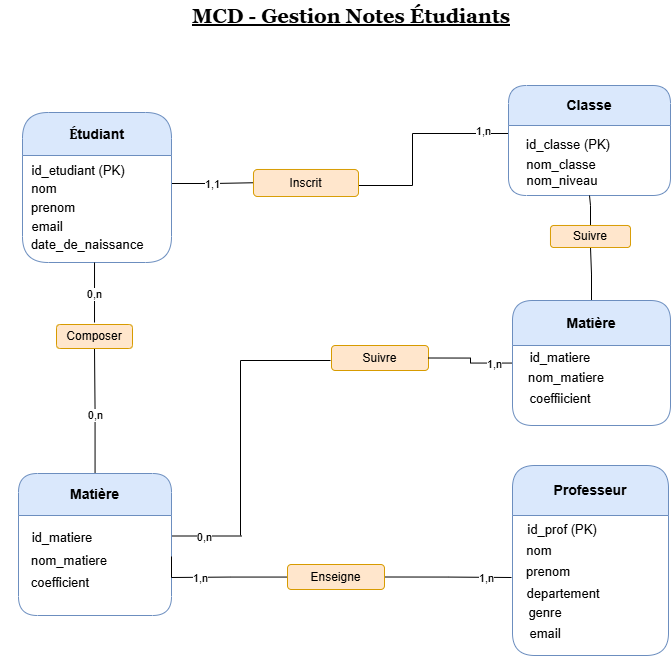
Before: images/MCD_Gestion_Notes.drawio.png, a diagram exported from draw.io (HamethDiouf/projet-gestion-notes). Source tidied: cells renumbered, new cells last; positions are measured from the earlier drawing's top-left corner, leaving out a move shared by most shapes.
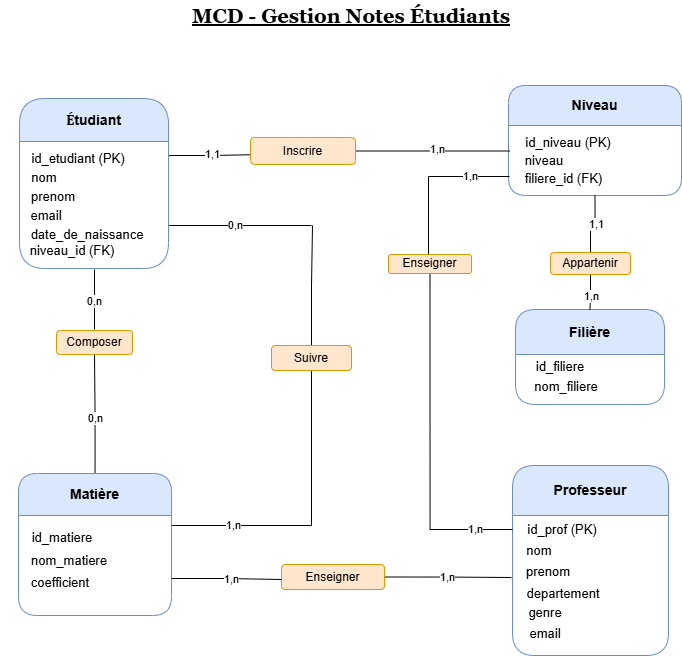
Above is the later version.

Change to the diagram source:
```diff
@@ -5,20 +5,8 @@
     <mxCell id="2" value="&lt;font style=&quot;font-size: 14px;&quot;&gt;Professeur&lt;/font&gt;" style="swimlane;whiteSpace=wrap;html=1;rounded=1;startSize=50;fillColor=#dae8fc;strokeColor=#6c8ebf;" parent="1" vertex="1">
       <mxGeometry x="512" y="465" width="156" height="190" as="geometry" />
     </mxCell>
-    <mxCell id="3" style="edgeStyle=orthogonalEdgeStyle;rounded=0;jettySize=auto;html=1;exitX=0;exitY=0.5;exitDx=0;exitDy=0;entryX=1;entryY=0.25;entryDx=0;entryDy=0;endArrow=none;endFill=0;" parent="1" edge="1" source="5" target="28">
-      <mxGeometry relative="1" as="geometry">
-        <Array as="points">
-          <mxPoint x="412" y="133" />
-          <mxPoint x="412" y="185" />
-          <mxPoint x="358" y="185" />
-        </Array>
-      </mxGeometry>
-    </mxCell>
-    <mxCell id="4" value="1,n" style="edgeLabel;html=1;align=center;verticalAlign=middle;" parent="3" vertex="1">
-      <mxGeometry x="-0.71" y="-3" relative="1" as="geometry" />
-    </mxCell>
-    <mxCell id="5" value="&lt;font style=&quot;font-size: 14px;&quot;&gt;Classe&lt;/font&gt;" style="swimlane;whiteSpace=wrap;html=1;rounded=1;startSize=40;fillColor=#dae8fc;strokeColor=#6c8ebf;" parent="1" vertex="1">
-      <mxGeometry x="508" y="85" width="162" height="110" as="geometry" />
+    <mxCell id="5" value="&lt;font style=&quot;font-size: 14px;&quot;&gt;Niveau&lt;/font&gt;" style="swimlane;whiteSpace=wrap;html=1;rounded=1;startSize=40;fillColor=#dae8fc;strokeColor=#6c8ebf;" parent="1" vertex="1">
+      <mxGeometry x="508" y="85" width="173" height="110" as="geometry" />
     </mxCell>
     <mxCell id="6" style="edgeStyle=orthogonalEdgeStyle;rounded=0;jettySize=auto;html=1;entryX=0.5;entryY=1;entryDx=0;entryDy=0;endArrow=none;endFill=0;" parent="1" edge="1" source="10" target="34">
       <mxGeometry relative="1" as="geometry" />
@@ -28,51 +16,67 @@
         <mxPoint x="1" as="offset" />
       </mxGeometry>
     </mxCell>
-    <mxCell id="8" style="edgeStyle=orthogonalEdgeStyle;rounded=0;orthogonalLoop=1;jettySize=auto;html=1;endArrow=none;endFill=0;" parent="1" edge="1">
-      <mxGeometry relative="1" as="geometry">
-        <mxPoint x="171" y="535.5" as="sourcePoint" />
-        <mxPoint x="241" y="535.5" as="targetPoint" />
-      </mxGeometry>
-    </mxCell>
-    <mxCell id="9" value="0,n" style="edgeLabel;html=1;align=center;verticalAlign=middle;" parent="8" vertex="1">
-      <mxGeometry x="-0.09" y="-1" relative="1" as="geometry" />
-    </mxCell>
+    <mxCell id="52" style="edgeStyle=orthogonalEdgeStyle;rounded=0;orthogonalLoop=1;jettySize=auto;html=1;endArrow=none;endFill=0;" parent="1" edge="1">
+      <mxGeometry relative="1" as="geometry">
+        <mxPoint x="171" y="525" as="sourcePoint" />
+        <mxPoint x="311" y="370" as="targetPoint" />
+      </mxGeometry>
+    </mxCell>
+    <mxCell id="53" value="1,n" style="edgeLabel;html=1;align=center;verticalAlign=middle;" parent="52" vertex="1">
+      <mxGeometry x="-0.59" y="1" relative="1" as="geometry" />
+    </mxCell>
     <mxCell id="10" value="&lt;font style=&quot;font-size: 14px;&quot;&gt;Matière&lt;/font&gt;" style="swimlane;whiteSpace=wrap;html=1;rounded=1;glass=0;startSize=42;fillColor=#dae8fc;strokeColor=#6c8ebf;" parent="1" vertex="1">
       <mxGeometry x="18" y="473" width="153" height="142" as="geometry" />
     </mxCell>
     <mxCell id="11" style="edgeStyle=orthogonalEdgeStyle;rounded=0;orthogonalLoop=1;jettySize=auto;html=1;exitX=1;exitY=0.5;exitDx=0;exitDy=0;entryX=0;entryY=0.75;entryDx=0;entryDy=0;endArrow=none;endFill=0;" parent="1" edge="1">
       <mxGeometry relative="1" as="geometry">
-        <mxPoint x="171" y="183" as="sourcePoint" />
-        <mxPoint x="253" y="182.2" as="targetPoint" />
+        <mxPoint x="168" y="155" as="sourcePoint" />
+        <mxPoint x="250" y="154.2" as="targetPoint" />
       </mxGeometry>
     </mxCell>
-    <mxCell id="12" value="1,1" style="edgeLabel;html=1;align=center;verticalAlign=middle;" parent="11" vertex="1">
-      <mxGeometry x="-0.03" relative="1" as="geometry" />
-    </mxCell>
+    <mxCell id="54" value="1,1" style="edgeLabel;html=1;align=center;verticalAlign=middle;" parent="11" vertex="1">
+      <mxGeometry x="0.08" y="1" relative="1" as="geometry" />
+    </mxCell>
+    <mxCell id="55" style="edgeStyle=orthogonalEdgeStyle;rounded=0;orthogonalLoop=1;jettySize=auto;html=1;endArrow=none;endFill=0;" parent="1" edge="1">
+      <mxGeometry relative="1" as="geometry">
+        <mxPoint x="168" y="225" as="sourcePoint" />
+        <mxPoint x="311" y="225" as="targetPoint" />
+      </mxGeometry>
+    </mxCell>
+    <mxCell id="9" value="0,n" style="edgeLabel;html=1;align=center;verticalAlign=middle;" parent="55" vertex="1">
+      <mxGeometry x="-0.08" y="1" relative="1" as="geometry">
+        <mxPoint x="1" as="offset" />
+      </mxGeometry>
+    </mxCell>
     <mxCell id="13" value="&lt;font style=&quot;font-size: 14px;&quot;&gt;&lt;span style=&quot;background-color: transparent; color: light-dark(rgb(0, 0, 0), rgb(255, 255, 255));&quot;&gt;&lt;span style=&quot;font-family: Cambria;&quot;&gt;É&lt;/span&gt;&lt;/span&gt;&lt;span style=&quot;background-color: transparent; color: light-dark(rgb(0, 0, 0), rgb(255, 255, 255));&quot;&gt;tudiant&lt;/span&gt;&lt;br&gt;&lt;/font&gt;" style="swimlane;whiteSpace=wrap;html=1;startSize=43;rounded=1;arcSize=20;fillColor=#dae8fc;strokeColor=#6c8ebf;" parent="1" vertex="1">
-      <mxGeometry x="22" y="112" width="149" height="150" as="geometry" />
+      <mxGeometry x="19" y="98" width="149" height="170" as="geometry" />
     </mxCell>
     <mxCell id="14" value="&lt;font style=&quot;font-size: 13px;&quot;&gt;id_etudiant (PK)&lt;/font&gt;" style="text;html=1;whiteSpace=wrap;strokeColor=none;fillColor=none;align=center;verticalAlign=middle;rounded=0;" parent="1" vertex="1">
-      <mxGeometry x="28" y="155" width="100" height="30" as="geometry" />
+      <mxGeometry x="28" y="143" width="100" height="30" as="geometry" />
     </mxCell>
     <mxCell id="15" value="&lt;font style=&quot;font-size: 13px;&quot;&gt;nom&lt;/font&gt;" style="text;html=1;whiteSpace=wrap;strokeColor=none;fillColor=none;align=center;verticalAlign=middle;rounded=0;" parent="1" vertex="1">
-      <mxGeometry x="14" y="172" width="60" height="32" as="geometry" />
+      <mxGeometry x="14" y="161" width="60" height="32" as="geometry" />
     </mxCell>
     <mxCell id="16" value="&lt;font style=&quot;font-size: 13px;&quot;&gt;prenom&lt;/font&gt;" style="text;html=1;whiteSpace=wrap;strokeColor=none;fillColor=none;align=center;verticalAlign=middle;rounded=0;" parent="1" vertex="1">
-      <mxGeometry x="23" y="192" width="60" height="30" as="geometry" />
+      <mxGeometry x="23" y="181" width="60" height="30" as="geometry" />
     </mxCell>
     <mxCell id="17" value="&lt;font style=&quot;font-size: 13px;&quot;&gt;email&lt;/font&gt;" style="text;html=1;whiteSpace=wrap;strokeColor=none;fillColor=none;align=center;verticalAlign=middle;rounded=0;" parent="1" vertex="1">
-      <mxGeometry x="17" y="211" width="60" height="30" as="geometry" />
+      <mxGeometry x="16" y="200" width="60" height="30" as="geometry" />
     </mxCell>
     <mxCell id="18" value="&lt;font style=&quot;font-size: 13px;&quot;&gt;date_de_naissance&lt;/font&gt;" style="text;html=1;whiteSpace=wrap;strokeColor=none;fillColor=none;align=center;verticalAlign=middle;rounded=0;" parent="1" vertex="1">
-      <mxGeometry x="57" y="229" width="60" height="30" as="geometry" />
+      <mxGeometry x="57" y="219" width="60" height="30" as="geometry" />
     </mxCell>
-    <mxCell id="19" value="&lt;font style=&quot;font-size: 13px;&quot;&gt;id_classe (PK)&lt;/font&gt;" style="text;html=1;whiteSpace=wrap;strokeColor=none;fillColor=none;align=center;verticalAlign=middle;rounded=0;" parent="1" vertex="1">
-      <mxGeometry x="523" y="129" width="90" height="30" as="geometry" />
+    <mxCell id="19" value="&lt;font style=&quot;font-size: 13px;&quot;&gt;id_niveau (PK)&lt;/font&gt;" style="text;html=1;whiteSpace=wrap;strokeColor=none;fillColor=none;align=center;verticalAlign=middle;rounded=0;" parent="1" vertex="1">
+      <mxGeometry x="523" y="127" width="90" height="30" as="geometry" />
     </mxCell>
-    <mxCell id="20" value="&lt;font style=&quot;font-size: 13px;&quot;&gt;nom_classe&lt;/font&gt;" style="text;html=1;whiteSpace=wrap;strokeColor=none;fillColor=none;align=center;verticalAlign=middle;rounded=0;" parent="1" vertex="1">
-      <mxGeometry x="531" y="149" width="60" height="30" as="geometry" />
-    </mxCell>
+    <mxCell id="56" style="edgeStyle=orthogonalEdgeStyle;rounded=0;jettySize=auto;html=1;endArrow=none;endFill=0;entryX=0.5;entryY=1;entryDx=0;entryDy=0;" parent="1" edge="1" target="70">
+      <mxGeometry relative="1" as="geometry">
+        <mxPoint x="512" y="529" as="sourcePoint" />
+      </mxGeometry>
+    </mxCell>
+    <mxCell id="57" value="1,n" style="edgeLabel;html=1;align=center;verticalAlign=middle;" parent="56" vertex="1">
+      <mxGeometry x="-0.78" y="-1" relative="1" as="geometry" />
+    </mxCell>
     <mxCell id="21" value="&lt;font style=&quot;font-size: 13px;&quot;&gt;id_prof (PK)&lt;/font&gt;" style="text;html=1;whiteSpace=wrap;strokeColor=none;fillColor=none;align=center;verticalAlign=middle;rounded=0;" parent="1" vertex="1">
       <mxGeometry x="500" y="514" width="124" height="30" as="geometry" />
     </mxCell>
@@ -94,17 +98,25 @@
     <mxCell id="27" value="&lt;span style=&quot;font-size: 13px;&quot;&gt;coefficient&lt;/span&gt;" style="text;html=1;whiteSpace=wrap;strokeColor=none;fillColor=none;align=center;verticalAlign=middle;rounded=0;" parent="1" vertex="1">
       <mxGeometry y="567" width="120" height="30" as="geometry" />
     </mxCell>
+    <mxCell id="58" style="edgeStyle=orthogonalEdgeStyle;rounded=0;orthogonalLoop=1;jettySize=auto;html=1;endArrow=none;endFill=0;" parent="1" edge="1">
+      <mxGeometry relative="1" as="geometry">
+        <mxPoint x="353" y="150.5" as="sourcePoint" />
+        <mxPoint x="509" y="150.5" as="targetPoint" />
+      </mxGeometry>
+    </mxCell>
+    <mxCell id="59" value="1,n" style="edgeLabel;html=1;align=center;verticalAlign=middle;" parent="58" vertex="1">
+      <mxGeometry x="0.07" y="2" relative="1" as="geometry" />
+    </mxCell>
-    <mxCell id="28" value="&lt;font&gt;Inscrit&lt;/font&gt;" style="rounded=1;whiteSpace=wrap;html=1;fillColor=#ffe6cc;strokeColor=#d79b00;" parent="1" vertex="1">
-      <mxGeometry x="253" y="169" width="105" height="27" as="geometry" />
+    <mxCell id="28" value="&lt;font&gt;Inscrire&lt;/font&gt;" style="rounded=1;whiteSpace=wrap;html=1;fillColor=#ffe6cc;strokeColor=#d79b00;" parent="1" vertex="1">
+      <mxGeometry x="250" y="137" width="105" height="27" as="geometry" />
     </mxCell>
-    <mxCell id="29" style="edgeStyle=orthogonalEdgeStyle;rounded=0;orthogonalLoop=1;jettySize=auto;html=1;endArrow=none;endFill=0;" parent="1" edge="1">
-      <mxGeometry relative="1" as="geometry">
-        <mxPoint x="330" y="360" as="sourcePoint" />
-        <mxPoint x="240" y="535" as="targetPoint" />
-      </mxGeometry>
-    </mxCell>
+    <mxCell id="60" style="edgeStyle=orthogonalEdgeStyle;rounded=0;jettySize=auto;html=1;endArrow=none;endFill=0;" parent="1" edge="1" source="30">
+      <mxGeometry relative="1" as="geometry">
+        <mxPoint x="312" y="225" as="targetPoint" />
+      </mxGeometry>
+    </mxCell>
     <mxCell id="30" value="&lt;font&gt;Suivre&lt;/font&gt;" style="rounded=1;whiteSpace=wrap;html=1;fillColor=#ffe6cc;strokeColor=#d79b00;" parent="1" vertex="1">
-      <mxGeometry x="331" y="345" width="97" height="25" as="geometry" />
+      <mxGeometry x="271" y="345" width="80" height="25" as="geometry" />
     </mxCell>
     <mxCell id="31" value="&lt;b&gt;&lt;font style=&quot;font-size: 20px;&quot; face=&quot;Georgia&quot;&gt;&lt;u style=&quot;&quot;&gt;MCD - Gestion Notes&amp;nbsp;Étudiants&lt;/u&gt;&lt;/font&gt;&lt;/b&gt;" style="text;html=1;whiteSpace=wrap;strokeColor=none;fillColor=none;align=center;verticalAlign=middle;rounded=0;" parent="1" vertex="1">
       <mxGeometry x="141" width="420" height="30" as="geometry" />
@@ -116,66 +128,85 @@
       <mxGeometry x="515" y="618" width="60" height="30" as="geometry" />
     </mxCell>
     <mxCell id="34" value="&lt;font&gt;Composer&lt;/font&gt;" style="rounded=1;whiteSpace=wrap;html=1;fillColor=#ffe6cc;strokeColor=#d79b00;" parent="1" vertex="1">
-      <mxGeometry x="56" y="324" width="76" height="24" as="geometry" />
+      <mxGeometry x="56" y="330" width="76" height="24" as="geometry" />
     </mxCell>
     <mxCell id="35" style="edgeStyle=orthogonalEdgeStyle;rounded=0;orthogonalLoop=1;jettySize=auto;html=1;entryX=0.617;entryY=0.767;entryDx=0;entryDy=0;entryPerimeter=0;endArrow=none;endFill=0;" parent="1" edge="1">
       <mxGeometry relative="1" as="geometry">
-        <mxPoint x="94" y="322" as="sourcePoint" />
-        <mxPoint x="94" y="262" as="targetPoint" />
+        <mxPoint x="94" y="329" as="sourcePoint" />
+        <mxPoint x="94" y="269" as="targetPoint" />
       </mxGeometry>
     </mxCell>
     <mxCell id="36" value="0,n" style="edgeLabel;html=1;align=center;verticalAlign=middle;" parent="35" vertex="1">
       <mxGeometry x="-0.04" y="1" relative="1" as="geometry" />
     </mxCell>
-    <mxCell id="37" style="edgeStyle=orthogonalEdgeStyle;rounded=0;jettySize=auto;html=1;entryX=0.5;entryY=1;entryDx=0;entryDy=0;endArrow=none;endFill=0;" parent="1" edge="1" source="40" target="45">
-      <mxGeometry relative="1" as="geometry" />
-    </mxCell>
-    <mxCell id="38" style="edgeStyle=orthogonalEdgeStyle;rounded=0;jettySize=auto;html=1;entryX=1;entryY=0.5;entryDx=0;entryDy=0;endArrow=none;endFill=0;" parent="1" edge="1" source="40" target="30">
-      <mxGeometry relative="1" as="geometry" />
-    </mxCell>
-    <mxCell id="39" value="1,n" style="edgeLabel;html=1;align=center;verticalAlign=middle;" parent="38" vertex="1">
-      <mxGeometry x="-0.57" y="1" relative="1" as="geometry" />
-    </mxCell>
-    <mxCell id="40" value="&lt;font style=&quot;font-size: 14px;&quot;&gt;Matière&lt;/font&gt;" style="swimlane;whiteSpace=wrap;html=1;rounded=1;glass=0;startSize=45;fillColor=#dae8fc;strokeColor=#6c8ebf;" parent="1" vertex="1">
-      <mxGeometry x="512" y="300" width="158" height="125" as="geometry" />
+    <mxCell id="40" value="&lt;font style=&quot;font-size: 14px;&quot;&gt;Filière&lt;/font&gt;" style="swimlane;whiteSpace=wrap;html=1;rounded=1;glass=0;startSize=45;fillColor=#dae8fc;strokeColor=#6c8ebf;" parent="1" vertex="1">
+      <mxGeometry x="515" y="309" width="149" height="95" as="geometry" />
     </mxCell>
-    <mxCell id="41" value="&lt;font style=&quot;font-size: 13px;&quot;&gt;id_matiere&lt;/font&gt;" style="text;html=1;whiteSpace=wrap;strokeColor=none;fillColor=none;align=center;verticalAlign=middle;rounded=0;" parent="1" vertex="1">
-      <mxGeometry x="530" y="340" width="60" height="33" as="geometry" />
+    <mxCell id="41" value="&lt;font style=&quot;font-size: 13px;&quot;&gt;id_filiere&lt;/font&gt;" style="text;html=1;whiteSpace=wrap;strokeColor=none;fillColor=none;align=center;verticalAlign=middle;rounded=0;" parent="1" vertex="1">
+      <mxGeometry x="530" y="349" width="60" height="33" as="geometry" />
     </mxCell>
-    <mxCell id="42" value="&lt;font style=&quot;font-size: 13px;&quot;&gt;nom_matiere&lt;/font&gt;" style="text;html=1;whiteSpace=wrap;strokeColor=none;fillColor=none;align=center;verticalAlign=middle;rounded=0;" parent="1" vertex="1">
-      <mxGeometry x="536" y="362" width="60" height="29" as="geometry" />
+    <mxCell id="42" value="&lt;font style=&quot;font-size: 13px;&quot;&gt;nom_filiere&lt;/font&gt;" style="text;html=1;whiteSpace=wrap;strokeColor=none;fillColor=none;align=center;verticalAlign=middle;rounded=0;" parent="1" vertex="1">
+      <mxGeometry x="536" y="371" width="60" height="29" as="geometry" />
     </mxCell>
-    <mxCell id="43" value="&lt;font style=&quot;font-size: 13px;&quot;&gt;coeffiicient&lt;/font&gt;" style="text;html=1;whiteSpace=wrap;strokeColor=none;fillColor=none;align=center;verticalAlign=middle;rounded=0;" parent="1" vertex="1">
-      <mxGeometry x="500" y="381" width="120" height="34" as="geometry" />
-    </mxCell>
     <mxCell id="44" style="edgeStyle=orthogonalEdgeStyle;rounded=0;jettySize=auto;html=1;entryX=0.5;entryY=1;entryDx=0;entryDy=0;endArrow=none;endFill=0;" parent="1" edge="1" source="45" target="5">
       <mxGeometry relative="1" as="geometry" />
     </mxCell>
+    <mxCell id="61" value="1,1" style="edgeLabel;html=1;align=center;verticalAlign=middle;" parent="44" vertex="1">
+      <mxGeometry x="0.08" y="-1" relative="1" as="geometry" />
+    </mxCell>
+    <mxCell id="62" style="edgeStyle=orthogonalEdgeStyle;rounded=0;jettySize=auto;html=1;entryX=0.5;entryY=0;entryDx=0;entryDy=0;endArrow=none;endFill=0;" parent="1" edge="1" source="45" target="40">
+      <mxGeometry relative="1" as="geometry" />
+    </mxCell>
+    <mxCell id="63" value="1,n" style="edgeLabel;html=1;align=center;verticalAlign=middle;" parent="62" vertex="1">
+      <mxGeometry x="0.38" y="1" relative="1" as="geometry">
+        <mxPoint y="-1" as="offset" />
+      </mxGeometry>
+    </mxCell>
-    <mxCell id="45" value="&lt;font&gt;Suivre&lt;/font&gt;" style="rounded=1;whiteSpace=wrap;html=1;fillColor=#ffe6cc;strokeColor=#d79b00;" parent="1" vertex="1">
-      <mxGeometry x="550" y="225" width="80" height="22" as="geometry" />
+    <mxCell id="45" value="&lt;font&gt;Appartenir&lt;/font&gt;" style="rounded=1;whiteSpace=wrap;html=1;fillColor=#ffe6cc;strokeColor=#d79b00;" parent="1" vertex="1">
+      <mxGeometry x="550" y="252" width="80" height="22" as="geometry" />
     </mxCell>
-    <mxCell id="46" style="edgeStyle=orthogonalEdgeStyle;rounded=0;jettySize=auto;html=1;endArrow=none;endFill=0;" parent="1" edge="1" source="50">
-      <mxGeometry relative="1" as="geometry">
-        <mxPoint x="171" y="556" as="targetPoint" />
-      </mxGeometry>
-    </mxCell>
-    <mxCell id="47" value="1,n" style="edgeLabel;html=1;align=center;verticalAlign=middle;" parent="46" vertex="1">
-      <mxGeometry x="0.27" relative="1" as="geometry" />
-    </mxCell>
     <mxCell id="48" style="edgeStyle=orthogonalEdgeStyle;rounded=0;orthogonalLoop=1;jettySize=auto;html=1;endArrow=none;endFill=0;" parent="1" edge="1">
       <mxGeometry relative="1" as="geometry">
         <mxPoint x="383" y="576.5" as="sourcePoint" />
         <mxPoint x="511" y="577" as="targetPoint" />
       </mxGeometry>
     </mxCell>
-    <mxCell id="49" value="1,n" style="edgeLabel;html=1;align=center;verticalAlign=middle;" parent="48" vertex="1">
-      <mxGeometry x="0.6" relative="1" as="geometry" />
-    </mxCell>
+    <mxCell id="64" value="1,n" style="edgeLabel;html=1;align=center;verticalAlign=middle;" parent="48" vertex="1">
+      <mxGeometry x="-0.01" relative="1" as="geometry">
+        <mxPoint x="1" as="offset" />
+      </mxGeometry>
+    </mxCell>
-    <mxCell id="50" value="&lt;font&gt;Enseigne&lt;/font&gt;" style="rounded=1;whiteSpace=wrap;html=1;fillColor=#ffe6cc;strokeColor=#d79b00;" parent="1" vertex="1">
-      <mxGeometry x="287" y="564" width="97" height="25" as="geometry" />
+    <mxCell id="50" value="&lt;font&gt;Enseigner&lt;/font&gt;" style="rounded=1;whiteSpace=wrap;html=1;fillColor=#ffe6cc;strokeColor=#d79b00;" parent="1" vertex="1">
+      <mxGeometry x="281" y="564" width="103" height="25" as="geometry" />
     </mxCell>
+    <mxCell id="65" style="edgeStyle=orthogonalEdgeStyle;rounded=0;jettySize=auto;html=1;endArrow=none;endFill=0;entryX=0.482;entryY=0.053;entryDx=0;entryDy=0;entryPerimeter=0;" parent="1" edge="1" target="70">
+      <mxGeometry relative="1" as="geometry">
+        <mxPoint x="509" y="176" as="sourcePoint" />
+      </mxGeometry>
+    </mxCell>
+    <mxCell id="66" value="1,n" style="edgeLabel;html=1;align=center;verticalAlign=middle;" parent="65" vertex="1">
+      <mxGeometry x="-0.5" y="-1" relative="1" as="geometry" />
+    </mxCell>
-    <mxCell id="51" value="&lt;font style=&quot;font-size: 13px;&quot;&gt;nom_niveau&lt;/font&gt;" style="text;html=1;whiteSpace=wrap;strokeColor=none;fillColor=none;align=center;verticalAlign=middle;rounded=0;" parent="1" vertex="1">
-      <mxGeometry x="532" y="165" width="60" height="30" as="geometry" />
+    <mxCell id="51" value="&lt;font style=&quot;font-size: 13px;&quot;&gt;niveau&lt;/font&gt;" style="text;html=1;whiteSpace=wrap;strokeColor=none;fillColor=none;align=center;verticalAlign=middle;rounded=0;" parent="1" vertex="1">
+      <mxGeometry x="514" y="145" width="60" height="30" as="geometry" />
     </mxCell>
+    <mxCell id="67" value="&lt;font style=&quot;font-size: 13px;&quot;&gt;niveau_id (FK)&lt;/font&gt;" style="text;html=1;whiteSpace=wrap;strokeColor=none;fillColor=none;align=center;verticalAlign=middle;rounded=0;" parent="1" vertex="1">
+      <mxGeometry x="22" y="235" width="100" height="30" as="geometry" />
+    </mxCell>
+    <mxCell id="68" style="edgeStyle=orthogonalEdgeStyle;rounded=0;orthogonalLoop=1;jettySize=auto;html=1;endArrow=none;endFill=0;" parent="1" edge="1">
+      <mxGeometry relative="1" as="geometry">
+        <mxPoint x="171" y="578" as="sourcePoint" />
+        <mxPoint x="281" y="579" as="targetPoint" />
+      </mxGeometry>
+    </mxCell>
+    <mxCell id="69" value="1,n" style="edgeLabel;html=1;align=center;verticalAlign=middle;" parent="68" vertex="1">
+      <mxGeometry x="0.08" y="1" relative="1" as="geometry" />
+    </mxCell>
+    <mxCell id="70" value="&lt;font&gt;Enseigner&lt;/font&gt;" style="rounded=1;whiteSpace=wrap;html=1;fillColor=#ffe6cc;strokeColor=#d79b00;" parent="1" vertex="1">
+      <mxGeometry x="388" y="254" width="83" height="19" as="geometry" />
+    </mxCell>
+    <mxCell id="71" value="&lt;font style=&quot;font-size: 13px;&quot;&gt;filiere_id (FK)&lt;/font&gt;" style="text;html=1;whiteSpace=wrap;strokeColor=none;fillColor=none;align=center;verticalAlign=middle;rounded=0;" parent="1" vertex="1">
+      <mxGeometry x="520" y="163" width="87" height="30" as="geometry" />
+    </mxCell>
   </root>
 </mxGraphModel>
```
